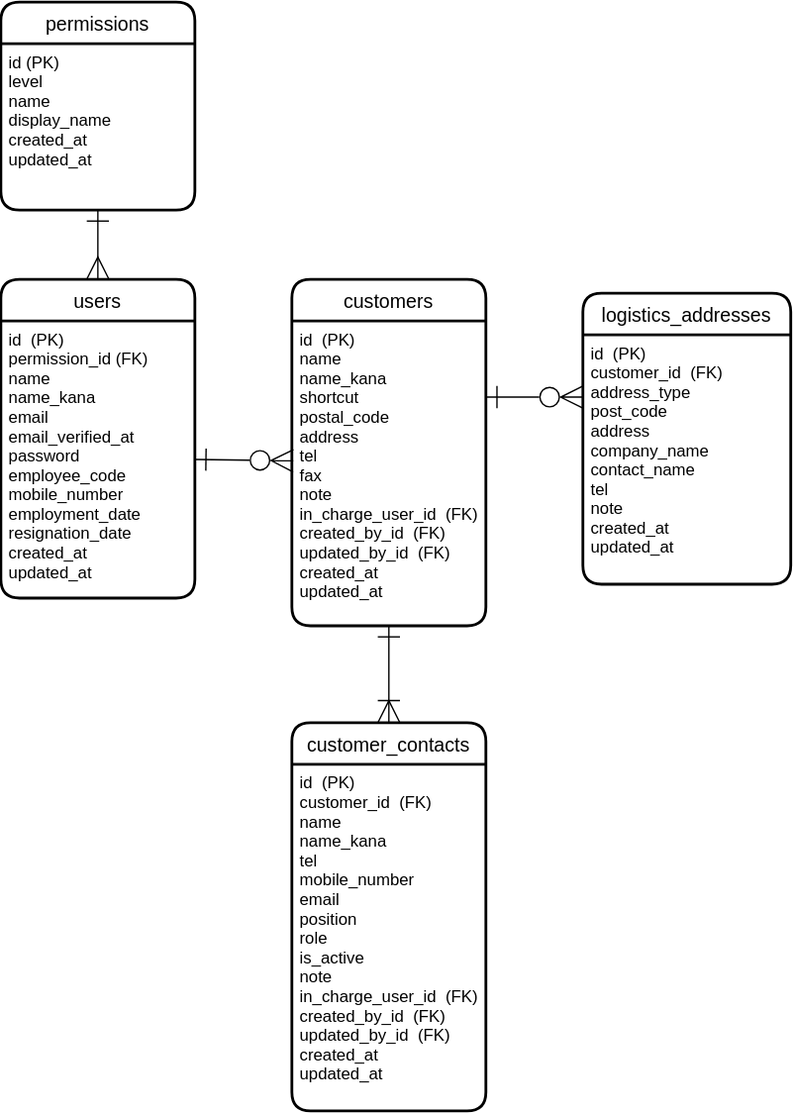
Earlier version of the draw.io export src/docs/ER.drawio.svg (ryo-tom/flagship). Source tidied: cells renumbered, new cells last; positions are measured from the earlier drawing's top-left corner, leaving out a move shared by most shapes.
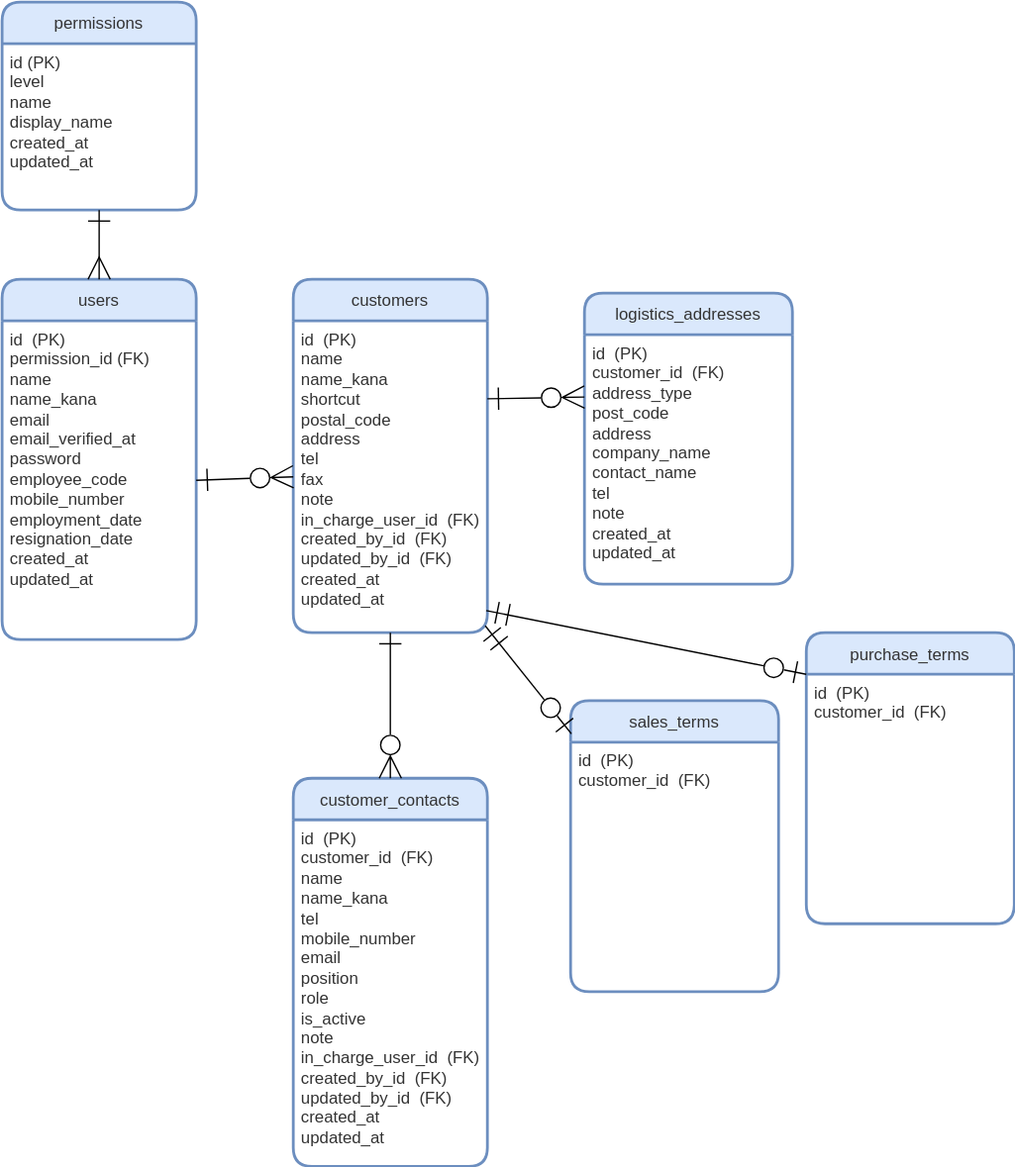
After the change.

Commit message:
docs: update ER, table-definition

Change to the diagram source:
```diff
@@ -2,49 +2,65 @@
   <root>
     <mxCell id="0" />
     <mxCell id="1" parent="0" />
-    <mxCell id="2" value="permissions" style="swimlane;horizontal=1;startSize=30;rounded=1;fontSize=14;fontStyle=0;strokeWidth=2;shadow=0;dashed=0;align=center;" parent="1" vertex="1">
+    <mxCell id="2" value="permissions" style="swimlane;horizontal=1;startSize=30;rounded=1;fontSize=12;fontStyle=0;strokeWidth=2;shadow=0;dashed=0;align=center;fillColor=#dae8fc;strokeColor=#6c8ebf;fontColor=#333333;labelBackgroundColor=none;gradientColor=none;swimlaneFillColor=#FFFFFF;verticalAlign=middle;" parent="1" vertex="1">
       <mxGeometry width="140" height="150" as="geometry" />
     </mxCell>
-    <mxCell id="3" value="id (PK)&#10;level&#10;name&#10;display_name&#10;created_at&#10;updated_at" style="align=left;strokeColor=none;fillColor=none;spacingLeft=4;fontSize=12;verticalAlign=top;" parent="2" vertex="1">
+    <mxCell id="3" value="id (PK)&lt;br style=&quot;font-size: 12px;&quot;&gt;level&lt;br style=&quot;font-size: 12px;&quot;&gt;name&lt;br style=&quot;font-size: 12px;&quot;&gt;display_name&lt;br style=&quot;font-size: 12px;&quot;&gt;created_at&lt;br style=&quot;font-size: 12px;&quot;&gt;updated_at" style="align=left;strokeColor=none;fillColor=none;spacingLeft=4;fontSize=12;verticalAlign=top;labelBackgroundColor=none;fontColor=#333333;html=1;" parent="2" vertex="1">
       <mxGeometry y="30" width="140" height="120" as="geometry" />
     </mxCell>
-    <mxCell id="4" value="users" style="swimlane;horizontal=1;startSize=30;rounded=1;fontSize=14;fontStyle=0;strokeWidth=2;shadow=0;dashed=0;align=center;" parent="1" vertex="1">
-      <mxGeometry y="200" width="140" height="230" as="geometry" />
+    <mxCell id="4" value="users" style="swimlane;horizontal=1;startSize=30;rounded=1;fontSize=12;fontStyle=0;strokeWidth=2;shadow=0;dashed=0;align=center;fillColor=#dae8fc;strokeColor=#6c8ebf;fontColor=#333333;labelBackgroundColor=none;gradientColor=none;swimlaneFillColor=#FFFFFF;verticalAlign=middle;" parent="1" vertex="1">
+      <mxGeometry y="200" width="140" height="260" as="geometry" />
     </mxCell>
-    <mxCell id="5" value="id  (PK)&#10;permission_id (FK)&#10;name&#10;name_kana&#10;email&#10;email_verified_at&#10;password&#10;employee_code&#10;mobile_number&#10;employment_date&#10;resignation_date&#10;created_at&#10;updated_at" style="align=left;strokeColor=none;fillColor=none;spacingLeft=4;fontSize=12;verticalAlign=top;" parent="4" vertex="1">
-      <mxGeometry y="30" width="140" height="200" as="geometry" />
+    <mxCell id="5" value="&lt;font style=&quot;font-size: 12px;&quot;&gt;id&amp;nbsp;&amp;nbsp;(PK)&lt;br style=&quot;font-size: 12px;&quot;&gt;permission_id (FK)&lt;br style=&quot;font-size: 12px;&quot;&gt;name&lt;br style=&quot;font-size: 12px;&quot;&gt;name_kana&lt;br style=&quot;font-size: 12px;&quot;&gt;email&lt;br style=&quot;font-size: 12px;&quot;&gt;email_verified_at&lt;br style=&quot;font-size: 12px;&quot;&gt;password&lt;br style=&quot;font-size: 12px;&quot;&gt;employee_code&lt;br style=&quot;font-size: 12px;&quot;&gt;mobile_number&lt;br style=&quot;font-size: 12px;&quot;&gt;employment_date&lt;br style=&quot;font-size: 12px;&quot;&gt;resignation_date&lt;br style=&quot;font-size: 12px;&quot;&gt;created_at&lt;br style=&quot;font-size: 12px;&quot;&gt;updated_at&lt;/font&gt;" style="align=left;strokeColor=none;fillColor=none;spacingLeft=4;fontSize=12;verticalAlign=top;html=1;fontColor=#333333;" parent="4" vertex="1">
+      <mxGeometry y="30" width="140" height="230" as="geometry" />
     </mxCell>
-    <mxCell id="6" style="edgeStyle=none;html=1;exitX=0.5;exitY=1;exitDx=0;exitDy=0;endArrow=ERmany;endFill=0;endSize=14;startArrow=ERone;startFill=0;startSize=14;targetPerimeterSpacing=0;jumpStyle=none;jumpSize=6;shadow=0;" parent="1" edge="1" source="3" target="4">
+    <mxCell id="6" style="edgeStyle=none;html=1;exitX=0.5;exitY=1;exitDx=0;exitDy=0;endArrow=ERmany;endFill=0;endSize=14;startArrow=ERone;startFill=0;startSize=14;targetPerimeterSpacing=0;jumpStyle=none;jumpSize=6;shadow=0;fontSize=12;verticalAlign=top;" parent="1" edge="1" source="3" target="4">
       <mxGeometry relative="1" as="geometry" />
     </mxCell>
-    <mxCell id="7" value="customers" style="swimlane;horizontal=1;startSize=30;rounded=1;fontSize=14;fontStyle=0;strokeWidth=2;shadow=0;dashed=0;align=center;" parent="1" vertex="1">
-      <mxGeometry x="210" y="200" width="140" height="250" as="geometry" />
+    <mxCell id="7" value="customers" style="swimlane;horizontal=1;startSize=30;rounded=1;fontSize=12;fontStyle=0;strokeWidth=2;shadow=0;dashed=0;align=center;fillColor=#dae8fc;strokeColor=#6c8ebf;fontColor=#333333;labelBackgroundColor=none;gradientColor=none;swimlaneFillColor=#FFFFFF;verticalAlign=middle;" parent="1" vertex="1">
+      <mxGeometry x="210" y="200" width="140" height="255" as="geometry" />
     </mxCell>
-    <mxCell id="8" value="id  (PK)&#10;name&#10;name_kana&#10;shortcut&#10;postal_code&#10;address&#10;tel&#10;fax&#10;note&#10;in_charge_user_id  (FK)&#10;created_by_id  (FK)&#10;updated_by_id  (FK)&#10;created_at&#10;updated_at" style="align=left;strokeColor=none;fillColor=none;spacingLeft=4;fontSize=12;verticalAlign=top;" parent="7" vertex="1">
-      <mxGeometry y="30" width="140" height="220" as="geometry" />
+    <mxCell id="8" value="&lt;font style=&quot;font-size: 12px;&quot;&gt;id&amp;nbsp;&amp;nbsp;(PK)&lt;br style=&quot;font-size: 12px;&quot;&gt;name&lt;br style=&quot;font-size: 12px;&quot;&gt;name_kana&lt;br style=&quot;font-size: 12px;&quot;&gt;shortcut&lt;br style=&quot;font-size: 12px;&quot;&gt;postal_code&lt;br style=&quot;font-size: 12px;&quot;&gt;address&lt;br style=&quot;font-size: 12px;&quot;&gt;tel&lt;br style=&quot;font-size: 12px;&quot;&gt;fax&lt;br style=&quot;font-size: 12px;&quot;&gt;note&lt;br style=&quot;font-size: 12px;&quot;&gt;in_charge_user_id&amp;nbsp;&amp;nbsp;(FK)&lt;br style=&quot;font-size: 12px;&quot;&gt;created_by_id&amp;nbsp;&amp;nbsp;(FK)&lt;br style=&quot;font-size: 12px;&quot;&gt;updated_by_id&amp;nbsp;&amp;nbsp;(FK)&lt;br style=&quot;font-size: 12px;&quot;&gt;created_at&lt;br style=&quot;font-size: 12px;&quot;&gt;updated_at&lt;/font&gt;" style="align=left;strokeColor=none;fillColor=none;spacingLeft=4;fontSize=12;verticalAlign=top;fontColor=#333333;html=1;" parent="7" vertex="1">
+      <mxGeometry y="30" width="140" height="225" as="geometry" />
     </mxCell>
-    <mxCell id="9" style="edgeStyle=none;shape=connector;rounded=1;jumpStyle=none;jumpSize=6;html=1;exitX=1;exitY=0.5;exitDx=0;exitDy=0;shadow=0;labelBackgroundColor=default;strokeColor=default;fontFamily=Helvetica;fontSize=11;fontColor=default;startArrow=ERone;startFill=0;endArrow=ERzeroToMany;endFill=0;startSize=14;endSize=14;targetPerimeterSpacing=0;strokeWidth=1;" parent="1" edge="1" source="5">
-      <mxGeometry relative="1" as="geometry">
-        <mxPoint x="211" y="331" as="targetPoint" />
-      </mxGeometry>
+    <mxCell id="9" style="edgeStyle=none;shape=connector;rounded=1;jumpStyle=none;jumpSize=6;html=1;exitX=1;exitY=0.5;exitDx=0;exitDy=0;shadow=0;labelBackgroundColor=default;strokeColor=default;fontFamily=Helvetica;fontSize=12;fontColor=default;startArrow=ERone;startFill=0;endArrow=ERzeroToMany;endFill=0;startSize=14;endSize=14;targetPerimeterSpacing=0;strokeWidth=1;entryX=0;entryY=0.5;entryDx=0;entryDy=0;verticalAlign=top;" parent="1" edge="1" source="5" target="8">
+      <mxGeometry relative="1" as="geometry" />
     </mxCell>
-    <mxCell id="10" value="customer_contacts" style="swimlane;horizontal=1;startSize=30;rounded=1;fontSize=14;fontStyle=0;strokeWidth=2;shadow=0;dashed=0;align=center;" parent="1" vertex="1">
-      <mxGeometry x="210" y="520" width="140" height="280" as="geometry" />
+    <mxCell id="10" value="customer_contacts" style="swimlane;horizontal=1;startSize=30;rounded=1;fontSize=12;fontStyle=0;strokeWidth=2;shadow=0;dashed=0;align=center;fillColor=#dae8fc;strokeColor=#6c8ebf;fontColor=#333333;labelBackgroundColor=none;gradientColor=none;swimlaneFillColor=#FFFFFF;verticalAlign=middle;" parent="1" vertex="1">
+      <mxGeometry x="210" y="560" width="140" height="280" as="geometry" />
     </mxCell>
-    <mxCell id="11" value="id  (PK)&#10;customer_id  (FK)&#10;name&#10;name_kana&#10;tel&#10;mobile_number&#10;email&#10;position&#10;role&#10;is_active&#10;note&#10;in_charge_user_id  (FK)&#10;created_by_id  (FK)&#10;updated_by_id  (FK)&#10;created_at&#10;updated_at" style="align=left;strokeColor=none;fillColor=none;spacingLeft=4;fontSize=12;verticalAlign=top;" parent="10" vertex="1">
+    <mxCell id="11" value="&lt;font style=&quot;font-size: 12px;&quot;&gt;id&amp;nbsp;&amp;nbsp;(PK)&lt;br style=&quot;font-size: 12px;&quot;&gt;customer_id&amp;nbsp;&amp;nbsp;(FK)&lt;br style=&quot;font-size: 12px;&quot;&gt;name&lt;br style=&quot;font-size: 12px;&quot;&gt;name_kana&lt;br style=&quot;font-size: 12px;&quot;&gt;tel&lt;br style=&quot;font-size: 12px;&quot;&gt;mobile_number&lt;br style=&quot;font-size: 12px;&quot;&gt;email&lt;br style=&quot;font-size: 12px;&quot;&gt;position&lt;br style=&quot;font-size: 12px;&quot;&gt;role&lt;br style=&quot;font-size: 12px;&quot;&gt;is_active&lt;br style=&quot;font-size: 12px;&quot;&gt;note&lt;br style=&quot;font-size: 12px;&quot;&gt;in_charge_user_id&amp;nbsp;&amp;nbsp;(FK)&lt;br style=&quot;font-size: 12px;&quot;&gt;created_by_id&amp;nbsp;&amp;nbsp;(FK)&lt;br style=&quot;font-size: 12px;&quot;&gt;updated_by_id&amp;nbsp;&amp;nbsp;(FK)&lt;br style=&quot;font-size: 12px;&quot;&gt;created_at&lt;br style=&quot;font-size: 12px;&quot;&gt;updated_at&lt;/font&gt;" style="align=left;strokeColor=none;fillColor=none;spacingLeft=4;fontSize=12;verticalAlign=top;fontColor=#333333;html=1;" parent="10" vertex="1">
       <mxGeometry y="30" width="140" height="250" as="geometry" />
     </mxCell>
-    <mxCell id="12" style="edgeStyle=none;shape=connector;rounded=1;jumpStyle=none;jumpSize=6;html=1;entryX=0.5;entryY=0;entryDx=0;entryDy=0;shadow=0;labelBackgroundColor=default;strokeColor=default;fontFamily=Helvetica;fontSize=11;fontColor=default;startArrow=ERone;startFill=0;endArrow=ERoneToMany;endFill=0;startSize=14;endSize=14;targetPerimeterSpacing=0;" parent="1" edge="1" source="8" target="10">
+    <mxCell id="12" style="edgeStyle=none;shape=connector;rounded=1;jumpStyle=none;jumpSize=6;html=1;entryX=0.5;entryY=0;entryDx=0;entryDy=0;shadow=0;labelBackgroundColor=default;strokeColor=default;fontFamily=Helvetica;fontSize=12;fontColor=default;startArrow=ERone;startFill=0;endArrow=ERzeroToMany;endFill=0;startSize=14;endSize=14;targetPerimeterSpacing=0;verticalAlign=top;" parent="1" edge="1" source="8" target="10">
       <mxGeometry relative="1" as="geometry" />
     </mxCell>
-    <mxCell id="13" value="logistics_addresses" style="swimlane;horizontal=1;startSize=30;rounded=1;fontSize=14;fontStyle=0;strokeWidth=2;shadow=0;dashed=0;align=center;" parent="1" vertex="1">
+    <mxCell id="13" value="logistics_addresses" style="swimlane;horizontal=1;startSize=30;rounded=1;fontSize=12;fontStyle=0;strokeWidth=2;shadow=0;dashed=0;align=center;fillColor=#dae8fc;strokeColor=#6c8ebf;fontColor=#333333;labelBackgroundColor=none;gradientColor=none;swimlaneFillColor=#FFFFFF;verticalAlign=middle;" parent="1" vertex="1">
       <mxGeometry x="420" y="210" width="150" height="210" as="geometry" />
     </mxCell>
-    <mxCell id="14" value="id  (PK)&#10;customer_id  (FK)&#10;address_type&#10;post_code&#10;address&#10;company_name&#10;contact_name&#10;tel&#10;note&#10;created_at&#10;updated_at" style="align=left;strokeColor=none;fillColor=none;spacingLeft=4;fontSize=12;verticalAlign=top;" parent="13" vertex="1">
+    <mxCell id="14" value="&lt;font style=&quot;font-size: 12px;&quot;&gt;id&amp;nbsp;&amp;nbsp;(PK)&lt;br style=&quot;font-size: 12px;&quot;&gt;customer_id&amp;nbsp;&amp;nbsp;(FK)&lt;br style=&quot;font-size: 12px;&quot;&gt;address_type&lt;br style=&quot;font-size: 12px;&quot;&gt;post_code&lt;br style=&quot;font-size: 12px;&quot;&gt;address&lt;br style=&quot;font-size: 12px;&quot;&gt;company_name&lt;br style=&quot;font-size: 12px;&quot;&gt;contact_name&lt;br style=&quot;font-size: 12px;&quot;&gt;tel&lt;br style=&quot;font-size: 12px;&quot;&gt;note&lt;br style=&quot;font-size: 12px;&quot;&gt;created_at&lt;br style=&quot;font-size: 12px;&quot;&gt;updated_at&lt;/font&gt;" style="align=left;strokeColor=none;fillColor=none;spacingLeft=4;fontSize=12;verticalAlign=top;fontColor=#333333;html=1;" parent="13" vertex="1">
       <mxGeometry y="30" width="150" height="180" as="geometry" />
     </mxCell>
-    <mxCell id="15" style="edgeStyle=none;shape=connector;rounded=1;jumpStyle=none;jumpSize=6;html=1;exitX=1;exitY=0.25;exitDx=0;exitDy=0;entryX=0;entryY=0.25;entryDx=0;entryDy=0;shadow=0;labelBackgroundColor=default;strokeColor=default;fontFamily=Helvetica;fontSize=11;fontColor=default;startArrow=ERone;startFill=0;endArrow=ERzeroToMany;endFill=0;startSize=14;endSize=14;targetPerimeterSpacing=0;" parent="1" edge="1" source="8" target="14">
+    <mxCell id="15" style="edgeStyle=none;shape=connector;rounded=1;jumpStyle=none;jumpSize=6;html=1;exitX=1;exitY=0.25;exitDx=0;exitDy=0;entryX=0;entryY=0.25;entryDx=0;entryDy=0;shadow=0;labelBackgroundColor=default;strokeColor=default;fontFamily=Helvetica;fontSize=12;fontColor=default;startArrow=ERone;startFill=0;endArrow=ERzeroToMany;endFill=0;startSize=14;endSize=14;targetPerimeterSpacing=0;verticalAlign=top;" parent="1" edge="1" source="8" target="14">
       <mxGeometry relative="1" as="geometry" />
     </mxCell>
+    <mxCell id="16" value="sales_terms" style="swimlane;horizontal=1;startSize=30;rounded=1;fontSize=12;fontStyle=0;strokeWidth=2;shadow=0;dashed=0;align=center;fillColor=#dae8fc;strokeColor=#6c8ebf;fontColor=#333333;labelBackgroundColor=none;gradientColor=none;swimlaneFillColor=#FFFFFF;verticalAlign=middle;" parent="1" vertex="1">
+      <mxGeometry x="410" y="504" width="150" height="210" as="geometry" />
+    </mxCell>
+    <mxCell id="17" value="&lt;font style=&quot;font-size: 12px;&quot;&gt;id&amp;nbsp;&amp;nbsp;(PK)&lt;br style=&quot;font-size: 12px;&quot;&gt;customer_id&amp;nbsp;&amp;nbsp;(FK)&lt;br style=&quot;font-size: 12px;&quot;&gt;&lt;br&gt;&lt;/font&gt;" style="align=left;strokeColor=none;fillColor=none;spacingLeft=4;fontSize=12;verticalAlign=top;fontColor=#333333;html=1;" parent="16" vertex="1">
+      <mxGeometry y="30" width="150" height="180" as="geometry" />
+    </mxCell>
+    <mxCell id="18" value="purchase_terms" style="swimlane;horizontal=1;startSize=30;rounded=1;fontSize=12;fontStyle=0;strokeWidth=2;shadow=0;dashed=0;align=center;fillColor=#dae8fc;strokeColor=#6c8ebf;fontColor=#333333;labelBackgroundColor=none;gradientColor=none;swimlaneFillColor=#FFFFFF;verticalAlign=middle;" parent="1" vertex="1">
+      <mxGeometry x="580" y="455" width="150" height="210" as="geometry" />
+    </mxCell>
+    <mxCell id="19" value="&lt;font style=&quot;font-size: 12px;&quot;&gt;id&amp;nbsp;&amp;nbsp;(PK)&lt;br style=&quot;font-size: 12px;&quot;&gt;customer_id&amp;nbsp;&amp;nbsp;(FK)&lt;br style=&quot;font-size: 12px;&quot;&gt;&lt;br&gt;&lt;/font&gt;" style="align=left;strokeColor=none;fillColor=none;spacingLeft=4;fontSize=12;verticalAlign=top;fontColor=#333333;html=1;" parent="18" vertex="1">
+      <mxGeometry y="30" width="150" height="180" as="geometry" />
+    </mxCell>
+    <mxCell id="20" style="edgeStyle=none;shape=connector;rounded=1;jumpStyle=none;jumpSize=6;html=1;exitX=0.989;exitY=0.978;exitDx=0;exitDy=0;entryX=0.004;entryY=0.114;entryDx=0;entryDy=0;shadow=0;labelBackgroundColor=default;strokeColor=default;fontFamily=Helvetica;fontSize=12;fontColor=default;startArrow=ERmandOne;startFill=0;endArrow=ERzeroToOne;endFill=0;startSize=14;endSize=14;targetPerimeterSpacing=0;verticalAlign=top;exitPerimeter=0;entryPerimeter=0;" parent="1" edge="1" source="8" target="16">
+      <mxGeometry relative="1" as="geometry" />
+    </mxCell>
+    <mxCell id="21" style="edgeStyle=none;shape=connector;rounded=1;jumpStyle=none;jumpSize=6;html=1;exitX=0.994;exitY=0.929;exitDx=0;exitDy=0;entryX=0;entryY=0;entryDx=0;entryDy=0;shadow=0;labelBackgroundColor=default;strokeColor=default;fontFamily=Helvetica;fontSize=12;fontColor=default;startArrow=ERmandOne;startFill=0;endArrow=ERzeroToOne;endFill=0;startSize=14;endSize=14;targetPerimeterSpacing=0;verticalAlign=top;exitPerimeter=0;" parent="1" edge="1" source="8" target="19">
+      <mxGeometry relative="1" as="geometry" />
+    </mxCell>
   </root>
 </mxGraphModel>
```
